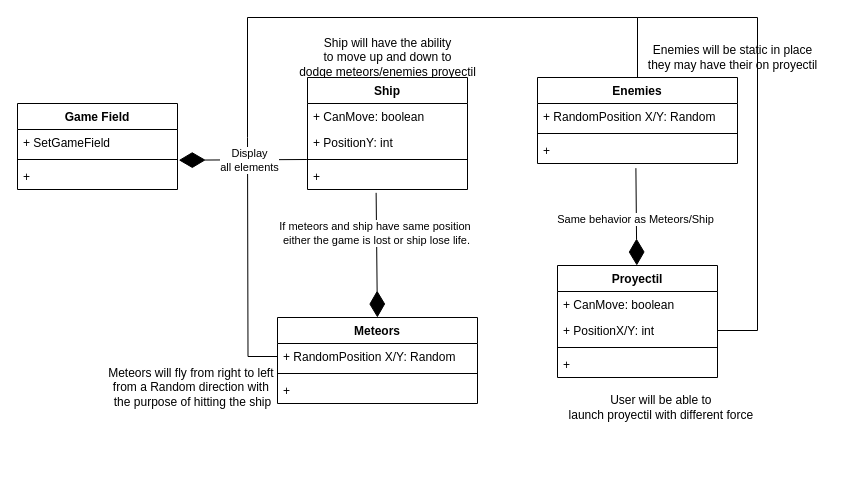
Earlier version of the draw.io diagram page "Page-1" (1 of 2) of work/GravityUML.drawio (ddc-java-16/gravity-game-Marc0E). Source tidied: cells renumbered, new cells numbered last; positions are measured from the earlier drawing's top-left corner, leaving out a move shared by most shapes. Both pictures are drawn from the tidied source at 100%, with x=0, y=0 at pixel (17, 17).
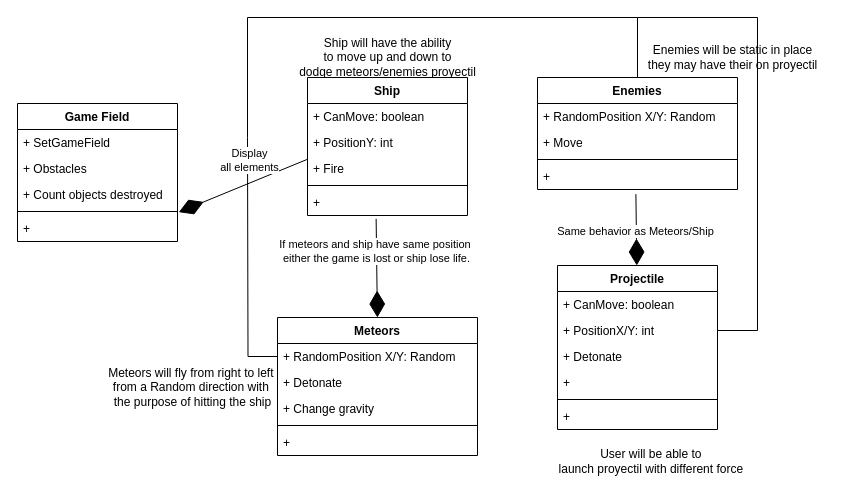
The same diagram, later.

Commit message (it also covers changes not shown here):
Changes in diagram and classes created.

The edit, as a diff of the source:
```diff
@@
-    <mxCell id="3" value="Proyectil" style="swimlane;fontStyle=1;align=center;verticalAlign=top;horizontal=1;startSize=26;whiteSpace=wrap;html=1;" parent="1" vertex="1">
-      <mxGeometry x="540" y="248" width="160" height="112" as="geometry" />
+    <mxCell id="3" value="Projectile" style="swimlane;fontStyle=1;align=center;verticalAlign=top;horizontal=1;startSize=26;whiteSpace=wrap;html=1;" parent="1" vertex="1">
+      <mxGeometry x="540" y="248" width="160" height="164" as="geometry" />
     </mxCell>
@@
+    <mxCell id="7" value="+ Detonate" style="text;strokeColor=none;fillColor=none;align=left;verticalAlign=top;spacingLeft=4;spacingRight=4;overflow=hidden;whiteSpace=wrap;html=1;" parent="3" vertex="1">
+      <mxGeometry y="78" width="160" height="26" as="geometry" />
+    </mxCell>
+    <mxCell id="37" value="+&amp;nbsp;" style="text;strokeColor=none;fillColor=none;align=left;verticalAlign=top;spacingLeft=4;spacingRight=4;overflow=hidden;whiteSpace=wrap;html=1;" parent="3" vertex="1">
+      <mxGeometry y="104" width="160" height="26" as="geometry" />
+    </mxCell>
     <mxCell id="6" style="line;strokeWidth=1;fillColor=none;align=left;verticalAlign=middle;spacingTop=-1;spacingLeft=3;spacingRight=3;labelPosition=right;strokeColor=inherit;" parent="3" vertex="1">
-      <mxGeometry y="78" width="160" height="8" as="geometry" />
+      <mxGeometry y="130" width="160" height="8" as="geometry" />
     </mxCell>
-    <mxCell id="7" value="+&amp;nbsp;" style="text;strokeColor=none;fillColor=none;align=left;verticalAlign=top;spacingLeft=4;spacingRight=4;overflow=hidden;whiteSpace=wrap;html=1;" parent="3" vertex="1">
-      <mxGeometry y="86" width="160" height="26" as="geometry" />
-    </mxCell>
+    <mxCell id="38" value="+&amp;nbsp;" style="text;strokeColor=none;fillColor=none;align=left;verticalAlign=top;spacingLeft=4;spacingRight=4;overflow=hidden;whiteSpace=wrap;html=1;" parent="3" vertex="1">
+      <mxGeometry y="138" width="160" height="26" as="geometry" />
+    </mxCell>
     <mxCell id="8" value="Ship" style="swimlane;fontStyle=1;align=center;verticalAlign=top;horizontal=1;startSize=26;whiteSpace=wrap;html=1;" parent="1" vertex="1">
-      <mxGeometry x="290" y="60" width="160" height="112" as="geometry" />
+      <mxGeometry x="290" y="60" width="160" height="138" as="geometry" />
     </mxCell>
@@
+    <mxCell id="39" value="+ Fire" style="text;strokeColor=none;fillColor=none;align=left;verticalAlign=top;spacingLeft=4;spacingRight=4;overflow=hidden;whiteSpace=wrap;html=1;" parent="8" vertex="1">
+      <mxGeometry y="78" width="160" height="26" as="geometry" />
+    </mxCell>
     <mxCell id="11" style="line;strokeWidth=1;fillColor=none;align=left;verticalAlign=middle;spacingTop=-1;spacingLeft=3;spacingRight=3;labelPosition=right;strokeColor=inherit;" parent="8" vertex="1">
-      <mxGeometry y="78" width="160" height="8" as="geometry" />
+      <mxGeometry y="104" width="160" height="8" as="geometry" />
     </mxCell>
     <mxCell id="12" value="+&amp;nbsp;" style="text;strokeColor=none;fillColor=none;align=left;verticalAlign=top;spacingLeft=4;spacingRight=4;overflow=hidden;points=[[0,0.5],[1,0.5]];portConstraint=eastwest;whiteSpace=wrap;html=1;" parent="8" vertex="1">
-      <mxGeometry y="86" width="160" height="26" as="geometry" />
+      <mxGeometry y="112" width="160" height="26" as="geometry" />
     </mxCell>
     <mxCell id="13" value="Enemies" style="swimlane;fontStyle=1;align=center;verticalAlign=top;horizontal=1;startSize=26;whiteSpace=wrap;html=1;" parent="1" vertex="1">
-      <mxGeometry x="520" y="60" width="200" height="86" as="geometry" />
+      <mxGeometry x="520" y="60" width="200" height="112" as="geometry" />
     </mxCell>
@@
+    <mxCell id="40" value="+ Move" style="text;strokeColor=none;fillColor=none;align=left;verticalAlign=top;spacingLeft=4;spacingRight=4;overflow=hidden;whiteSpace=wrap;html=1;" parent="13" vertex="1">
+      <mxGeometry y="52" width="200" height="26" as="geometry" />
+    </mxCell>
     <mxCell id="15" style="line;strokeWidth=1;fillColor=none;align=left;verticalAlign=middle;spacingTop=-1;spacingLeft=3;spacingRight=3;labelPosition=right;strokeColor=inherit;" parent="13" vertex="1">
-      <mxGeometry y="52" width="200" height="8" as="geometry" />
+      <mxGeometry y="78" width="200" height="8" as="geometry" />
     </mxCell>
     <mxCell id="16" value="+&amp;nbsp;" style="text;strokeColor=none;fillColor=none;align=left;verticalAlign=top;spacingLeft=4;spacingRight=4;overflow=hidden;points=[[0,0.5],[1,0.5]];portConstraint=eastwest;whiteSpace=wrap;html=1;" parent="13" vertex="1">
-      <mxGeometry y="60" width="200" height="26" as="geometry" />
+      <mxGeometry y="86" width="200" height="26" as="geometry" />
     </mxCell>
     <mxCell id="17" value="Meteors" style="swimlane;fontStyle=1;align=center;verticalAlign=top;horizontal=1;startSize=26;whiteSpace=wrap;html=1;" parent="1" vertex="1">
-      <mxGeometry x="260" y="300" width="200" height="86" as="geometry" />
+      <mxGeometry x="260" y="300" width="200" height="138" as="geometry" />
     </mxCell>
@@
+    <mxCell id="41" value="+ Detonate&lt;span style=&quot;white-space: pre;&quot;&gt;&#9;&lt;/span&gt;" style="text;strokeColor=none;fillColor=none;align=left;verticalAlign=top;spacingLeft=4;spacingRight=4;overflow=hidden;whiteSpace=wrap;html=1;" parent="17" vertex="1">
+      <mxGeometry y="52" width="200" height="26" as="geometry" />
+    </mxCell>
+    <mxCell id="42" value="+ Change gravity" style="text;strokeColor=none;fillColor=none;align=left;verticalAlign=top;spacingLeft=4;spacingRight=4;overflow=hidden;whiteSpace=wrap;html=1;" parent="17" vertex="1">
+      <mxGeometry y="78" width="200" height="26" as="geometry" />
+    </mxCell>
     <mxCell id="19" style="line;strokeWidth=1;fillColor=none;align=left;verticalAlign=middle;spacingTop=-1;spacingLeft=3;spacingRight=3;labelPosition=right;strokeColor=inherit;" parent="17" vertex="1">
-      <mxGeometry y="52" width="200" height="8" as="geometry" />
+      <mxGeometry y="104" width="200" height="8" as="geometry" />
     </mxCell>
     <mxCell id="20" value="+" style="text;strokeColor=none;fillColor=none;align=left;verticalAlign=top;spacingLeft=4;spacingRight=4;overflow=hidden;whiteSpace=wrap;html=1;" parent="17" vertex="1">
-      <mxGeometry y="60" width="200" height="26" as="geometry" />
+      <mxGeometry y="112" width="200" height="26" as="geometry" />
     </mxCell>
@@
     <mxCell id="25" value="Game Field" style="swimlane;fontStyle=1;align=center;verticalAlign=top;horizontal=1;startSize=26;whiteSpace=wrap;html=1;" parent="1" vertex="1">
-      <mxGeometry y="86" width="160" height="86" as="geometry" />
+      <mxGeometry y="86" width="160" height="138" as="geometry" />
     </mxCell>
@@
+    <mxCell id="43" value="+ Obstacles" style="text;strokeColor=none;fillColor=none;align=left;verticalAlign=top;spacingLeft=4;spacingRight=4;overflow=hidden;whiteSpace=wrap;html=1;" parent="25" vertex="1">
+      <mxGeometry y="52" width="160" height="26" as="geometry" />
+    </mxCell>
+    <mxCell id="44" value="+ Count objects destroyed" style="text;strokeColor=none;fillColor=none;align=left;verticalAlign=top;spacingLeft=4;spacingRight=4;overflow=hidden;whiteSpace=wrap;html=1;" parent="25" vertex="1">
+      <mxGeometry y="78" width="160" height="26" as="geometry" />
+    </mxCell>
     <mxCell id="27" style="line;strokeWidth=1;fillColor=none;align=left;verticalAlign=middle;spacingTop=-1;spacingLeft=3;spacingRight=3;labelPosition=right;strokeColor=inherit;" parent="25" vertex="1">
-      <mxGeometry y="52" width="160" height="8" as="geometry" />
+      <mxGeometry y="104" width="160" height="8" as="geometry" />
     </mxCell>
     <mxCell id="28" value="+&amp;nbsp;" style="text;strokeColor=none;fillColor=none;align=left;verticalAlign=top;spacingLeft=4;spacingRight=4;overflow=hidden;points=[[0,0.5],[1,0.5]];portConstraint=eastwest;whiteSpace=wrap;html=1;" parent="25" vertex="1">
-      <mxGeometry y="60" width="160" height="26" as="geometry" />
+      <mxGeometry y="112" width="160" height="26" as="geometry" />
     </mxCell>
@@
     <mxCell id="35" value="User will be able to&amp;nbsp;&lt;br&gt;launch proyectil with different force&amp;nbsp;" style="text;html=1;align=center;verticalAlign=middle;strokeColor=none;fillColor=none;" parent="1" vertex="1">
-      <mxGeometry x="540" y="370" width="210" height="40" as="geometry" />
+      <mxGeometry x="530" y="424" width="210" height="40" as="geometry" />
     </mxCell>
```
